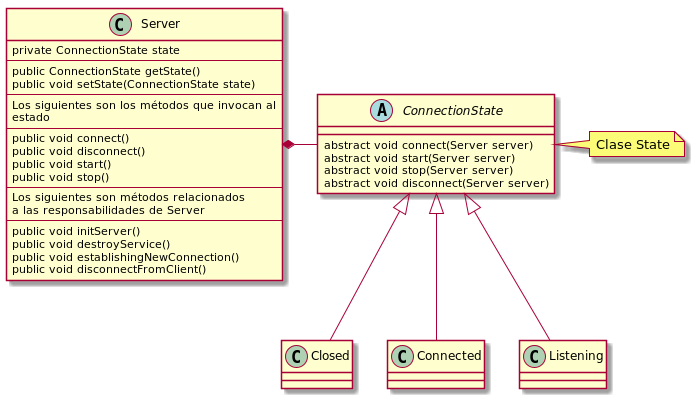
This is plantuml/behavioral/state.png from sauljabin/java-design-patterns, a PlantUML export, as it was before one commit. Source of this version:
```plantuml
@startuml

abstract class ConnectionState {
    abstract void connect(Server server)
    abstract void start(Server server)
    abstract void stop(Server server)
    abstract void disconnect(Server server)
}

class Closed extends ConnectionState
class Connected extends ConnectionState
class Listening extends ConnectionState

class Server {
    private ConnectionState state
--
    public ConnectionState getState()
    public void setState(ConnectionState state)
--
Los siguientes son los métodos que invocan al
estado
--
    public void connect()
    public void disconnect()
    public void start()
    public void stop()
--
Los siguientes son métodos relacionados
a las responsabilidades de Server
--
    public void initServer()
    public void destroyService()
    public void establishingNewConnection()
    public void disconnectFromClient()
}

Server *- ConnectionState

note "Clase State" as noteState
ConnectionState . noteState

@enduml
```
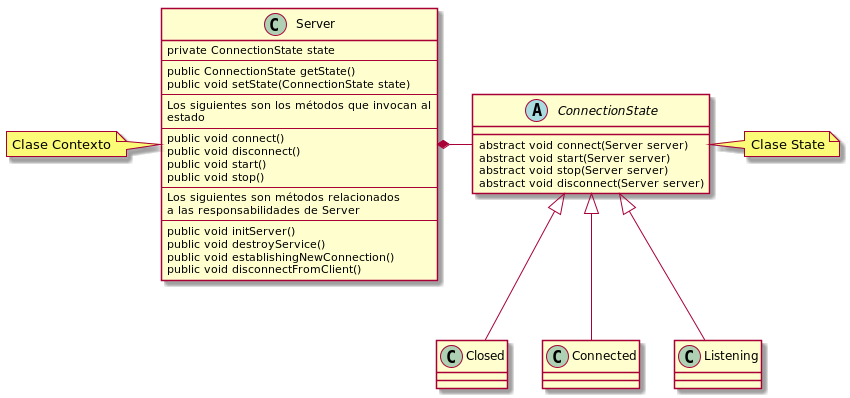
After the commit.

Commit message:
Actualiza diagrama state

What changed in the source:
```diff
@@ -39,4 +39,7 @@
 note "Clase State" as noteState
 ConnectionState . noteState
 
+note "Clase Contexto" as noteContext
+Server .l noteContext
+
 @enduml
```
